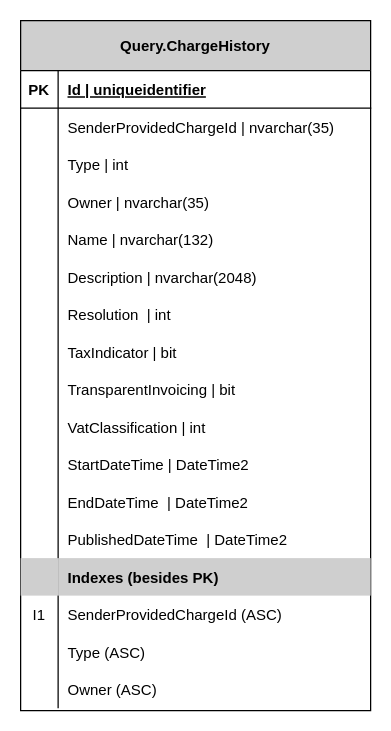
Energinet-DataHub/ARCHIVED-geh-charges keeps this draw.io diagram as docs/data-models/ChargeHistoryDataModel.drawio. Above is the earlier version. Source tidied: cells renumbered, new cells numbered last; positions are measured from the earlier drawing's top-left corner, leaving out a move shared by most shapes. Both pictures are drawn from the tidied source at 125%, with x=0, y=0 at pixel (20, 20).
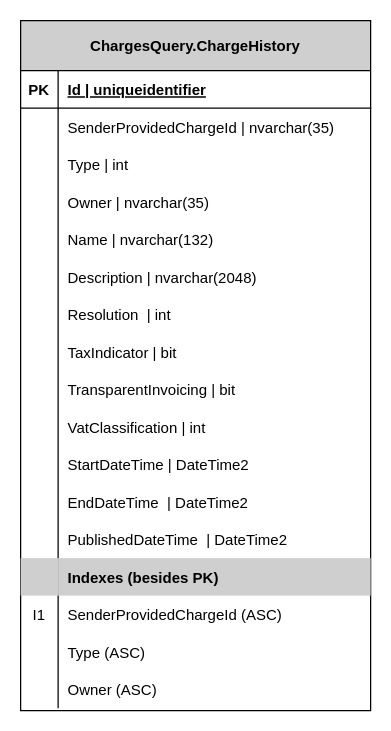
The same diagram, later.

Commit message:
Changed schema to ChargesQuery in drawio - missed in last PR

What changed in the source:
```diff
@@
-    <mxCell id="2" value="Query.ChargeHistory" style="shape=table;startSize=40;childLayout=tableLayout;rowLines=0;fontStyle=1;align=center;fillColor=#CFCFCF;" parent="1" vertex="1">
+    <mxCell id="2" value="ChargesQuery.ChargeHistory" style="shape=table;startSize=40;childLayout=tableLayout;rowLines=0;fontStyle=1;align=center;fillColor=#CFCFCF;" parent="1" vertex="1">
       <mxGeometry width="280" height="552" as="geometry" />
     </mxCell>
```
